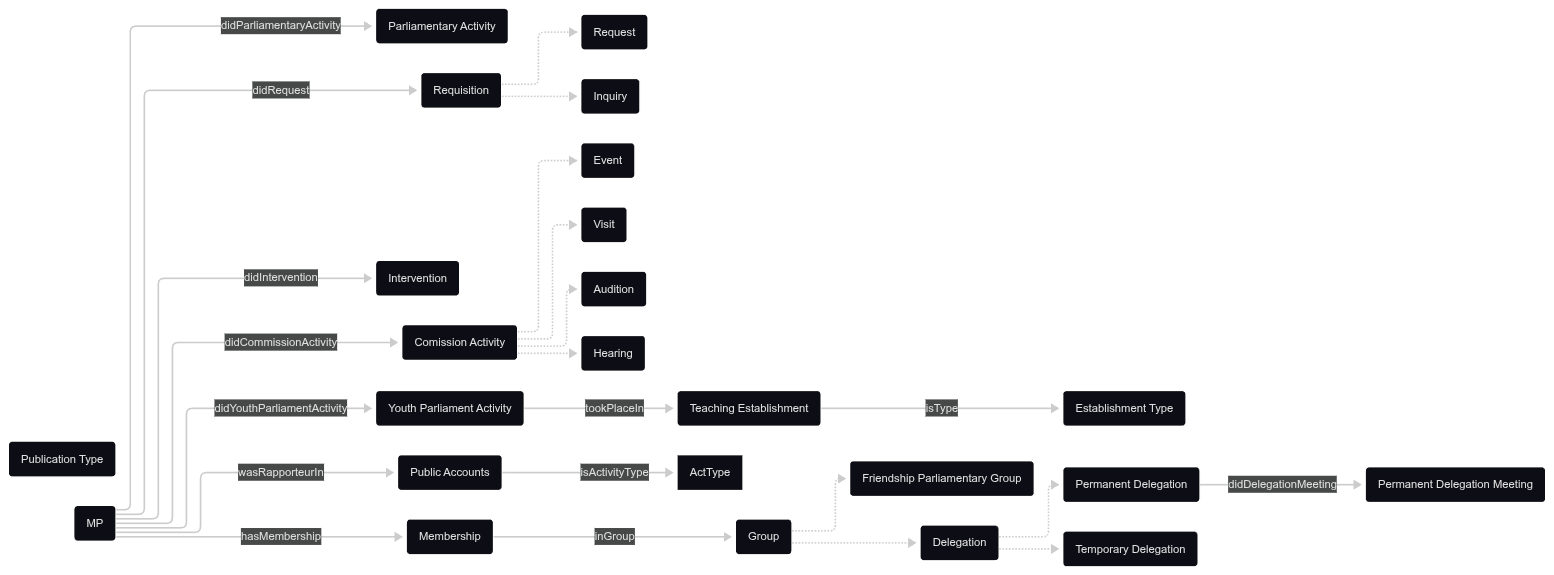
This is OpenDataGOV-AP/DataModel/mp-activity/mp-activity.png from politrackpt/ontologies, a Mermaid export, as it was before one commit. Its source is kept beside it as OpenDataGOV-AP/DataModel/mp-activity/mp-activity.mermaid.
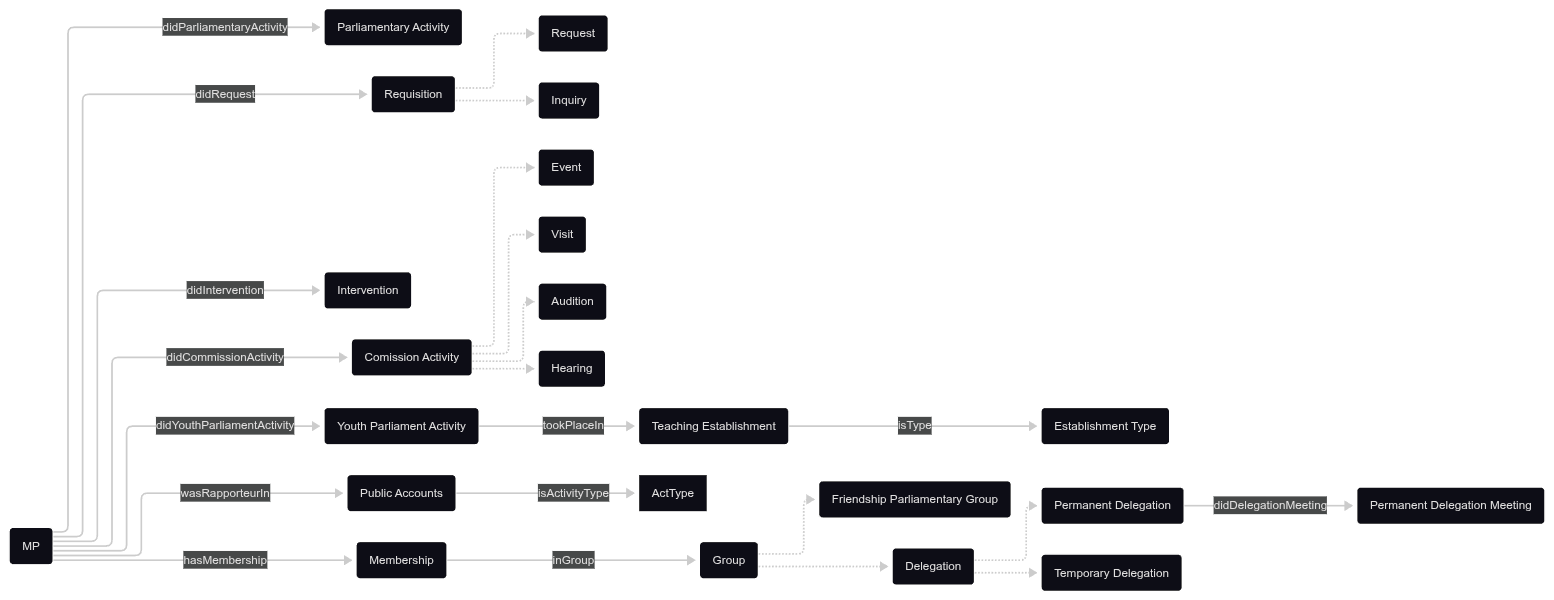
Above is the later version.

Commit message:
AP: remove publication type from diagram

The edit, as a diff of the source:
```diff
@@ -8,7 +8,6 @@
     ReqReq("Request")
     Inq("Inquiry")
     Interv("Intervention")
-    PubType("Publication Type")
     PAct("Parliamentary Activity")
     PE("Public Accounts")
     Event("Event")
```
